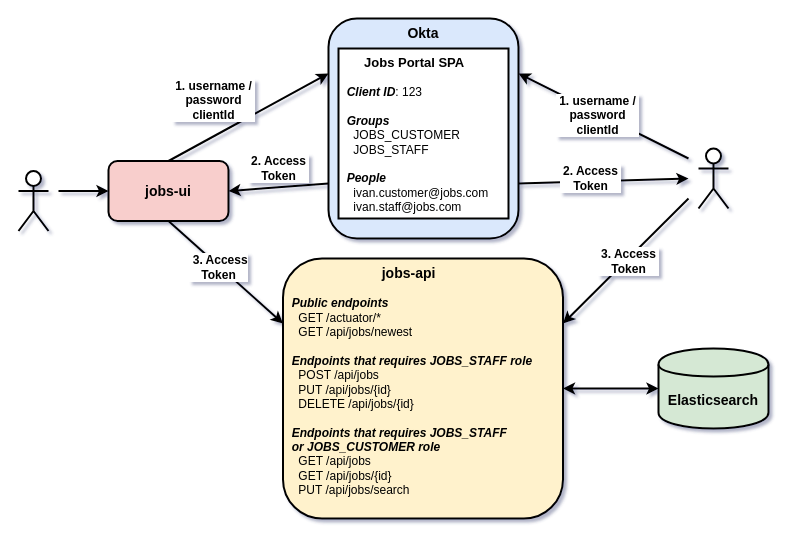
Above: images/project-diagram.drawio in ivangfr/okta-springboot-react (draw.io), before the change. Source tidied: cells renumbered, new cells numbered last; positions are measured from the earlier drawing's top-left corner, leaving out a move shared by most shapes. Both pictures are drawn from the tidied source at 100%, with x=0, y=0 at pixel (18, 18).
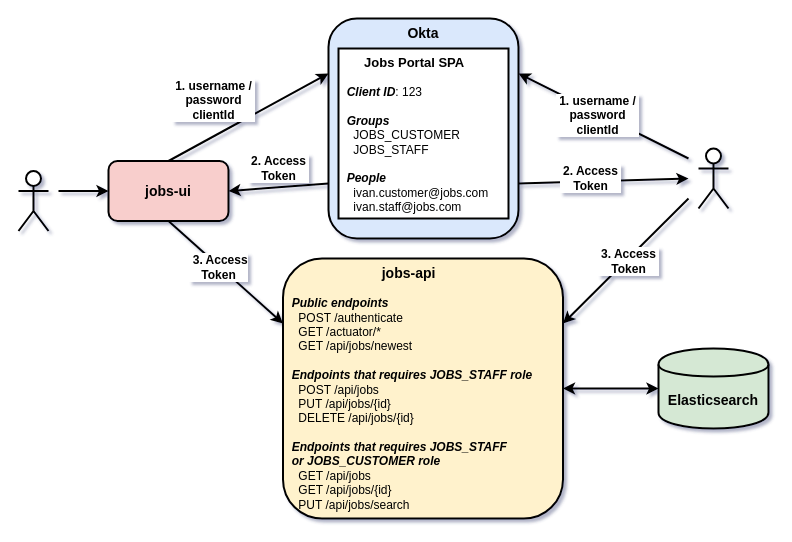
The same page after the edit.

Commit message (it also covers changes not shown here):
endpoints adjustment - add /authenticate endpoint to the image - set /actuator endpoint as permitAll.

The edit, as a diff of the source:
```diff
@@
-    <mxCell id="3" value="&lt;div style=&quot;text-align: center&quot;&gt;&lt;span style=&quot;font-size: 14px ; font-weight: bold&quot;&gt;jobs-api&lt;/span&gt;&lt;/div&gt;&lt;br&gt;&lt;b&gt;&lt;i&gt;&amp;nbsp; Public endpoints&lt;/i&gt;&lt;/b&gt;&lt;br&gt;&amp;nbsp; &amp;nbsp; GET /actuator/*&lt;br&gt;&amp;nbsp; &amp;nbsp; GET /api/jobs/newest&lt;br&gt;&lt;br&gt;&lt;b&gt;&lt;i&gt;&amp;nbsp; Endpoints that requires JOBS_STAFF role&lt;/i&gt;&lt;/b&gt;&lt;br&gt;&amp;nbsp; &amp;nbsp; POST /api/jobs&lt;br&gt;&amp;nbsp; &amp;nbsp; PUT /api/jobs/{id}&lt;br&gt;&amp;nbsp; &amp;nbsp; DELETE /api/jobs/{id}&lt;br&gt;&lt;br&gt;&lt;b&gt;&lt;i&gt;&amp;nbsp; Endpoints that requires JOBS_STAFF&lt;br&gt;&amp;nbsp; or JOBS_CUSTOMER role&lt;br&gt;&lt;/i&gt;&lt;/b&gt;&amp;nbsp; &amp;nbsp; GET /api/jobs&lt;br&gt;&amp;nbsp; &amp;nbsp; GET /api/jobs/{id}&lt;br&gt;&amp;nbsp; &amp;nbsp; PUT /api/jobs/search&lt;br&gt;" style="rounded=1;whiteSpace=wrap;html=1;strokeWidth=2;verticalAlign=top;align=left;fillColor=#fff2cc;strokeColor=#000000;" parent="1" vertex="1">
+    <mxCell id="3" value="&lt;div style=&quot;text-align: center&quot;&gt;&lt;span style=&quot;font-size: 14px ; font-weight: bold&quot;&gt;jobs-api&lt;/span&gt;&lt;/div&gt;&lt;br&gt;&lt;b&gt;&lt;i&gt;&amp;nbsp; Public endpoints&lt;/i&gt;&lt;/b&gt;&lt;br&gt;&amp;nbsp; &amp;nbsp; POST /authenticate&lt;br&gt;&amp;nbsp; &amp;nbsp; GET /actuator/*&lt;br&gt;&amp;nbsp; &amp;nbsp; GET /api/jobs/newest&lt;br&gt;&lt;br&gt;&lt;b&gt;&lt;i&gt;&amp;nbsp; Endpoints that requires JOBS_STAFF role&lt;/i&gt;&lt;/b&gt;&lt;br&gt;&amp;nbsp; &amp;nbsp; POST /api/jobs&lt;br&gt;&amp;nbsp; &amp;nbsp; PUT /api/jobs/{id}&lt;br&gt;&amp;nbsp; &amp;nbsp; DELETE /api/jobs/{id}&lt;br&gt;&lt;br&gt;&lt;b&gt;&lt;i&gt;&amp;nbsp; Endpoints that requires JOBS_STAFF&lt;br&gt;&amp;nbsp; or JOBS_CUSTOMER role&lt;br&gt;&lt;/i&gt;&lt;/b&gt;&amp;nbsp; &amp;nbsp; GET /api/jobs&lt;br&gt;&amp;nbsp; &amp;nbsp; GET /api/jobs/{id}&lt;br&gt;&amp;nbsp; &amp;nbsp; PUT /api/jobs/search" style="rounded=1;whiteSpace=wrap;html=1;strokeWidth=2;verticalAlign=top;align=left;fillColor=#fff2cc;strokeColor=#000000;" parent="1" vertex="1">
       <mxGeometry x="264.5" y="240" width="280" height="260" as="geometry" />
     </mxCell>
```
